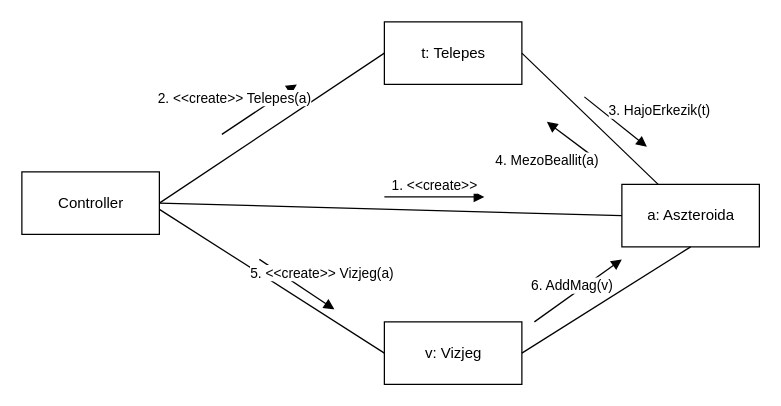
Above: doc/kommunikacio/kom_VizjegLerak.drawio in torpeBoiGo/aszteroidabanyaszat (draw.io), before the change. Source tidied: cells renumbered, new cells numbered last; positions are measured from the earlier drawing's top-left corner, leaving out a move shared by most shapes. Both pictures are drawn from the tidied source at 125%, with x=0, y=0 at pixel (21, 21).
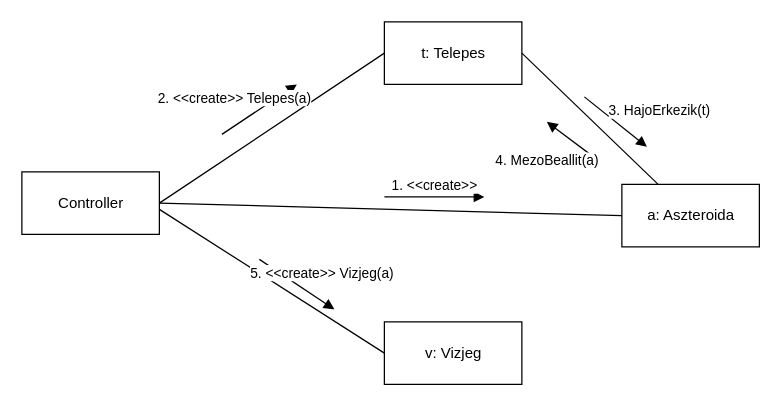
The same page after the edit.

The change refers to these unchanged cells:
```xml
<mxCell id="4" value="a: Aszteroida" style="html=1;" parent="1" vertex="1">
  <mxGeometry x="480" y="130" width="110" height="50" as="geometry" />
</mxCell>
<mxCell id="5" value="v: Vizjeg" style="html=1;" parent="1" vertex="1">
  <mxGeometry x="290" y="240" width="110" height="50" as="geometry" />
</mxCell>
```

Change to the diagram source:
```diff
@@
-    <mxCell id="15" style="endArrow=none;html=1;exitX=1;exitY=0.5;exitDx=0;exitDy=0;entryX=0.5;entryY=1;entryDx=0;entryDy=0;" parent="1" edge="1" source="5" target="4">
-      <mxGeometry relative="1" as="geometry" />
-    </mxCell>
-    <mxCell id="16" value="6. AddMag(v)" style="html=1;verticalAlign=bottom;endArrow=block;" parent="1" edge="1">
-      <mxGeometry x="-0.16" y="-1" relative="1" as="geometry">
-        <mxPoint x="410" y="240" as="sourcePoint" />
-        <mxPoint x="480" y="190" as="targetPoint" />
-      </mxGeometry>
-    </mxCell>
```
